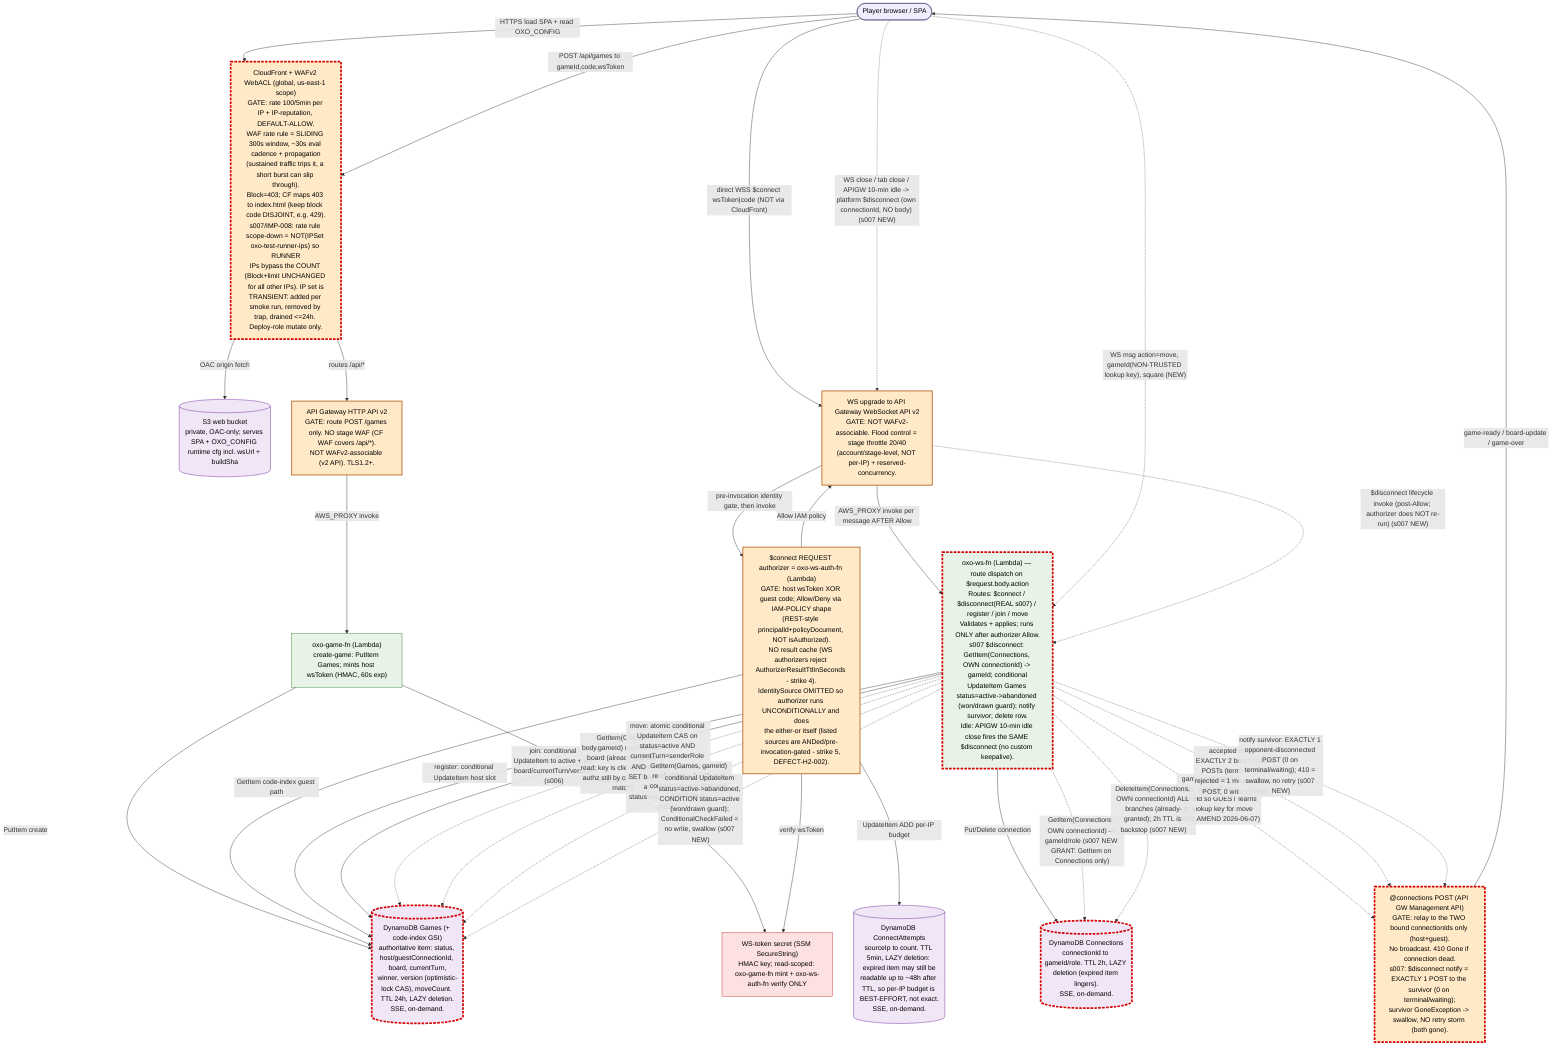
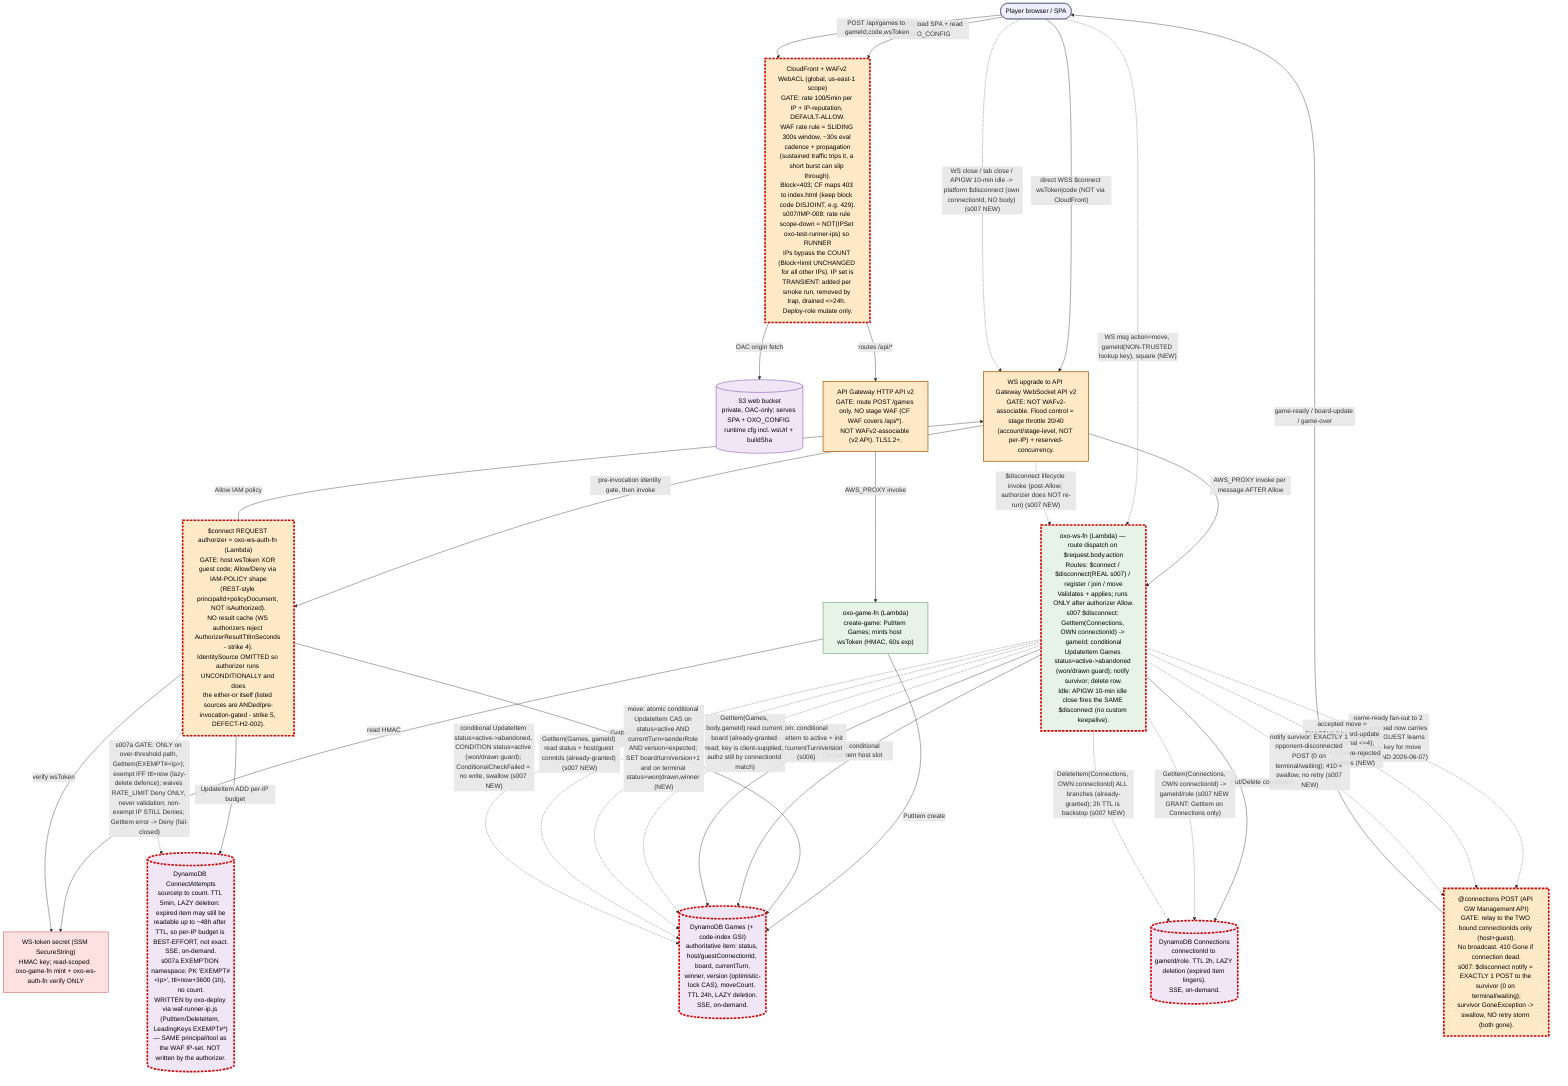
%% oxo-online runtime data-flow — s007 edition (process §12a)
%% Platform GATES are explicit nodes. Non-obvious platform semantics are named ON the node.
%% This file is the TESTER's planning input. classDef changed marks THIS slice's (s007) delta.
%% Granularity: module / gate level (coarse). Built scope only (deferred items are NOT drawn).
%% s007 marks: the $disconnect path becomes REAL (abandon+notify+clean up) and the
%% CloudFront WAF gate gains the oxo-test-runner-ips IP-set scope-down annotation (IMP-008).

flowchart TD

  %% ---- Edge / SPA path (HTTPS) ----
  player(["Player browser / SPA"]):::actor
  cfwaf["CloudFront + WAFv2 WebACL (global, us-east-1 scope)<br/>GATE: rate 100/5min per IP + IP-reputation, DEFAULT-ALLOW.<br/>WAF rate rule = SLIDING 300s window, ~30s eval cadence + propagation<br/>(sustained traffic trips it, a short burst can slip through).<br/>Block=403; CF maps 403 to index.html (keep block code DISJOINT, e.g. 429).<br/>s007/IMP-008: rate rule scope-down = NOT(IPSet oxo-test-runner-ips) so RUNNER<br/>IPs bypass the COUNT (Block+limit UNCHANGED for all other IPs). IP set is<br/>TRANSIENT: added per smoke run, removed by trap, drained <=24h. Deploy-role mutate only."]:::gate
  s3[("S3 web bucket<br/>private, OAC-only; serves SPA + OXO_CONFIG runtime cfg incl. wsUrl + buildSha")]:::store
  httpapi["API Gateway HTTP API v2<br/>GATE: route POST /games only. NO stage WAF (CF WAF covers /api/*).<br/>NOT WAFv2-associable (v2 API). TLS1.2+."]:::gate
  gamefn["oxo-game-fn (Lambda)<br/>create-game: PutItem Games; mints host wsToken (HMAC, 60s exp)"]:::compute
  secret["WS-token secret (SSM SecureString)<br/>HMAC key; read-scoped: oxo-game-fn mint + oxo-ws-auth-fn verify ONLY"]:::secret

  %% ---- WebSocket path (WSS, NOT via CloudFront) ----
  wsupgrade["WS upgrade to API Gateway WebSocket API v2<br/>GATE: NOT WAFv2-associable. Flood control = stage throttle 20/40<br/>(account/stage-level, NOT per-IP) + reserved-concurrency."]:::gate
  wsauth["$connect REQUEST authorizer = oxo-ws-auth-fn (Lambda)<br/>GATE: host wsToken XOR guest code; Allow/Deny via IAM-POLICY shape<br/>(REST-style principalId+policyDocument, NOT isAuthorized).<br/>NO result cache (WS authorizers reject AuthorizerResultTtlInSeconds - strike 4).<br/>IdentitySource OMITTED so authorizer runs UNCONDITIONALLY and does<br/>the either-or itself (listed sources are ANDed/pre-invocation-gated - strike 5, DEFECT-H2-002)."]:::gate
-   attempts[("DynamoDB ConnectAttempts<br/>sourceIp to count. TTL 5min, LAZY deletion: expired item may still be<br/>readable up to ~48h after TTL, so per-IP budget is BEST-EFFORT, not exact.<br/>SSE, on-demand.")]:::store
+   attempts[("DynamoDB ConnectAttempts<br/>sourceIp to count. TTL 5min, LAZY deletion: expired item may still be<br/>readable up to ~48h after TTL, so per-IP budget is BEST-EFFORT, not exact.<br/>SSE, on-demand.<br/>s007a EXEMPTION namespace: PK 'EXEMPT#&lt;ip&gt;', ttl=now+3600 (1h), no count.<br/>WRITTEN by oxo-deploy via waf-runner-ip.js (PutItem/DeleteItem, LeadingKeys EXEMPT#*)<br/>— SAME principal/tool as the WAF IP-set. NOT written by the authorizer.")]:::store
  wsfn["oxo-ws-fn (Lambda) — route dispatch on $request.body.action<br/>Routes: $connect / $disconnect(REAL s007) / register / join / move<br/>Validates + applies; runs ONLY after authorizer Allow.<br/>s007 $disconnect: GetItem(Connections, OWN connectionId) -> gameId; conditional<br/>UpdateItem Games status=active->abandoned (won/drawn guard); notify survivor; delete row.<br/>Idle: APIGW 10-min idle close fires the SAME $disconnect (no custom keepalive)."]:::compute
  conn[("DynamoDB Connections<br/>connectionId to gameId/role. TTL 2h, LAZY deletion (expired item lingers).<br/>SSE, on-demand.")]:::store
  games[("DynamoDB Games (+ code-index GSI)<br/>authoritative item: status, host/guestConnectionId, board, currentTurn,<br/>winner, version (optimistic-lock CAS), moveCount. TTL 24h, LAZY deletion.<br/>SSE, on-demand.")]:::store
  relay["@connections POST (API GW Management API)<br/>GATE: relay to the TWO bound connectionIds only (host+guest).<br/>No broadcast. 410 Gone if connection dead.<br/>s007: $disconnect notify = EXACTLY 1 POST to the survivor (0 on terminal/waiting);<br/>survivor GoneException -> swallow, NO retry storm (both gone)."]:::gate

  %% ---- Existing edges (built s001..s005-h2) ----
  player -->|"HTTPS load SPA + read OXO_CONFIG"| cfwaf
  cfwaf -->|"OAC origin fetch"| s3
  cfwaf -->|"routes /api/*"| httpapi
  player -->|"POST /api/games to gameId,code,wsToken"| cfwaf
  httpapi -->|"AWS_PROXY invoke"| gamefn
  gamefn -->|"PutItem create"| games
  gamefn -->|"read HMAC"| secret

  player -->|"direct WSS $connect wsToken|code (NOT via CloudFront)"| wsupgrade
  wsupgrade -->|"pre-invocation identity gate, then invoke"| wsauth
  wsauth -->|"verify wsToken"| secret
  wsauth -->|"GetItem code-index guest path"| games
  wsauth -->|"UpdateItem ADD per-IP budget"| attempts
+   wsauth -.->|"s007a GATE: ONLY on over-threshold path, GetItem(EXEMPT#&lt;ip&gt;); exempt IFF ttl&gt;now (lazy-delete defence); waives RATE_LIMIT Deny ONLY, never validation; non-exempt IP STILL Denies; GetItem error -> Deny (fail-closed)"| attempts
  wsauth -->|"Allow IAM policy"| wsupgrade
  wsupgrade -->|"AWS_PROXY invoke per message AFTER Allow"| wsfn
  wsfn -->|"register: conditional UpdateItem host slot"| games
  wsfn -->|"join: conditional UpdateItem to active + init board/currentTurn/version (s006)"| games
  wsfn -->|"Put/Delete connection"| conn
  wsfn -.->|"game-ready fan-out to 2 conns; payload now carries gameId so GUEST learns its lookup key for move (s006 AMEND 2026-06-07)"| relay
  relay -->|"game-ready / board-update / game-over"| player

  %% ---- s006 NEW data flow: move relay (CHANGED, dotted) ----
  %% AMEND 2026-06-07: move frame carries gameId as a NON-TRUSTED LOOKUP KEY (selects
  %% the Games item to read; NOT an identity/role claim). Authorization is the
  %% server-side match of the REAL requestContext.connectionId vs stored host/guest
  %% ConnectionId; forged gameId resolves a game the sender is not in -> reject, no
  %% write. This is why NO Connections-read edge is added on the move path (S5 intact).
  %% game-ready fan-out (line 44 / join.ts) must now also carry gameId so the GUEST
  %% (joins by code) can supply the lookup key.
  player -.->|"WS msg action=move, gameId(NON-TRUSTED lookup key), square (NEW)"| wsfn
  wsfn -.->|"GetItem(Games, body.gameId) read current board (already-granted read; key is client-supplied, authz still by connectionId match)"| games
  wsfn -.->|"move: atomic conditional UpdateItem CAS on status=active AND currentTurn=senderRole AND version=expected; SET board/turn/version+1 and on terminal status=won|drawn,winner (NEW)"| games
  wsfn -.->|"accepted move = EXACTLY 2 board-update POSTs (terminal <=4); rejected = 1 move-rejected POST, 0 writes (NEW)"| relay

  %% ---- s007 NEW data flow: $disconnect abandon + notify + clean up (CHANGED, dotted) ----
  %% Platform fires $disconnect with ONLY the disconnecting OWN connectionId (no gameId, no body).
  %% connectionId IS the identity (platform-set, unspoofable) -> NO force-abandon spoof path.
  %% New IAM grant: dynamodb:GetItem on Connections ONLY (read OWN row by PK; no Query/Scan).
  player -.->|"WS close / tab close / APIGW 10-min idle -> platform $disconnect (own connectionId, NO body) (s007 NEW)"| wsupgrade
  wsupgrade -.->|"$disconnect lifecycle invoke (post-Allow; authorizer does NOT re-run) (s007 NEW)"| wsfn
  wsfn -.->|"GetItem(Connections, OWN connectionId) -> gameId/role (s007 NEW GRANT: GetItem on Connections only)"| conn
  wsfn -.->|"GetItem(Games, gameId) read status + host/guest connIds (already-granted) (s007 NEW)"| games
  wsfn -.->|"conditional UpdateItem status=active->abandoned, CONDITION status=active (won/drawn guard); ConditionalCheckFailed = no write, swallow (s007 NEW)"| games
  wsfn -.->|"notify survivor: EXACTLY 1 opponent-disconnected POST (0 on terminal/waiting); 410 = swallow, no retry (s007 NEW)"| relay
  wsfn -.->|"DeleteItem(Connections, OWN connectionId) ALL branches (already-granted); 2h TTL is backstop (s007 NEW)"| conn

  %% ---- classDef ----
  classDef actor fill:#eef,stroke:#446,color:#000;
  classDef gate fill:#ffe9c7,stroke:#b5651d,color:#000,stroke-width:2px;
  classDef compute fill:#e6f3e6,stroke:#2e7d32,color:#000;
  classDef store fill:#f0e6f6,stroke:#6a1b9a,color:#000;
  classDef secret fill:#fde0e0,stroke:#c62828,color:#000;
  classDef changed stroke:#d50000,stroke-width:4px,stroke-dasharray:6 3;

  %% s006 changed marks CLEARED (2026-06-07 — tester consumed, UC6 prod validation PASS)
  %% Previously marked: wsfn (move route), games (move-write semantics).
  %% Dotted edges (move msg, GetItem, CAS write, 2-post relay) are now delivered/stable.

  %% ---- s007 CHANGED marks (tester plans from these) ----
  %% wsfn: $disconnect stub -> real (abandon+notify+clean up); +Connections GetItem grant.
  %% conn: now READ on the $disconnect path (was write-only) — new GetItem edge.
  %% games: gains active->abandoned conditional transition on $disconnect.
  %% relay: gains the 1-post survivor notify (0 on terminal/waiting).
  %% cfwaf: gains the IMP-008 oxo-test-runner-ips IP-set scope-down annotation.
-   class wsfn,conn,games,relay,cfwaf changed;
+   %% ---- s007a CHANGED marks (DEFECT-S007-001 authorizer runner-exemption) ----
+   %% wsauth: gains a post-threshold exemption GetItem (waives RATE_LIMIT Deny ONLY
+   %%   for a LIVE EXEMPT#<ip> item, ttl>now; non-exempt IP still Denies; fail-closed).
+   %% attempts: gains the EXEMPT#<ip> namespace (1h TTL), written by oxo-deploy via
+   %%   waf-runner-ip.js (PutItem/DeleteItem, LeadingKeys EXEMPT#*) — not the authorizer.
+   class wsfn,conn,games,relay,cfwaf,wsauth,attempts changed;
